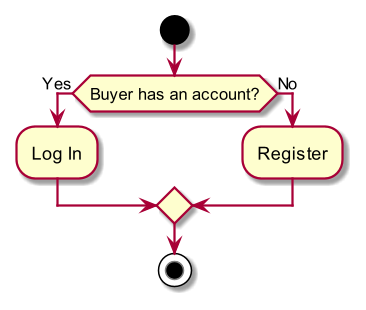
This is diagrams/login.png from linhtch90/tiny-tots, a PlantUML export, as it was before one commit. Source of this version:
```plantuml
@startuml
scale 1.5
start
if (Buyer has an account?) then (Yes)
	:Log In;
else (No)
	:Register;
endif
stop
@enduml
```
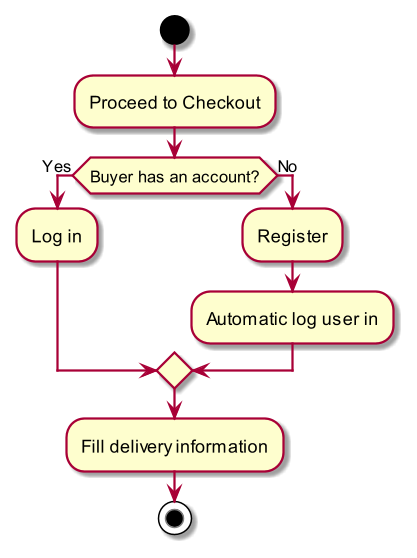
After the commit.

Diff of the diagram source:
```diff
@@ -1,10 +1,13 @@
 @startuml
 scale 1.5
 start
+:Proceed to Checkout;
 if (Buyer has an account?) then (Yes)
-	:Log In;
+	:Log in;
 else (No)
 	:Register;
+	:Automatic log user in;
 endif
+:Fill delivery information;
 stop
 @enduml
```
